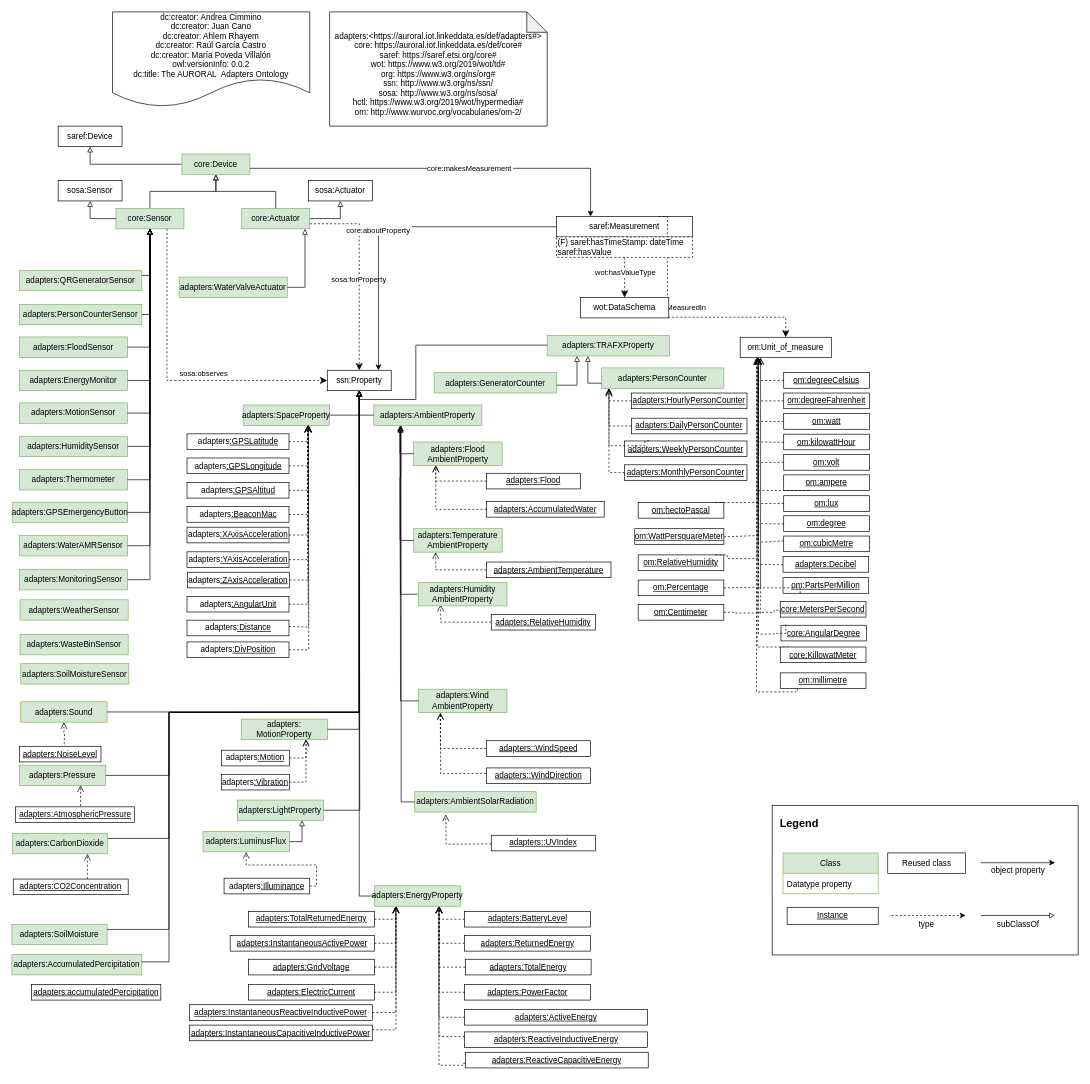
This is page "V2" (1 of 2) of Diagrams/adapters.drawio from oeg-upm/auroral-adapters-ontology, a draw.io file, before an edit. Source tidied: cells renumbered, new cells numbered last; positions are measured from the earlier drawing's top-left corner, leaving out a move shared by most shapes. Both pictures are drawn from the tidied source at 68%, with x=0, y=0 at pixel (12, 12).
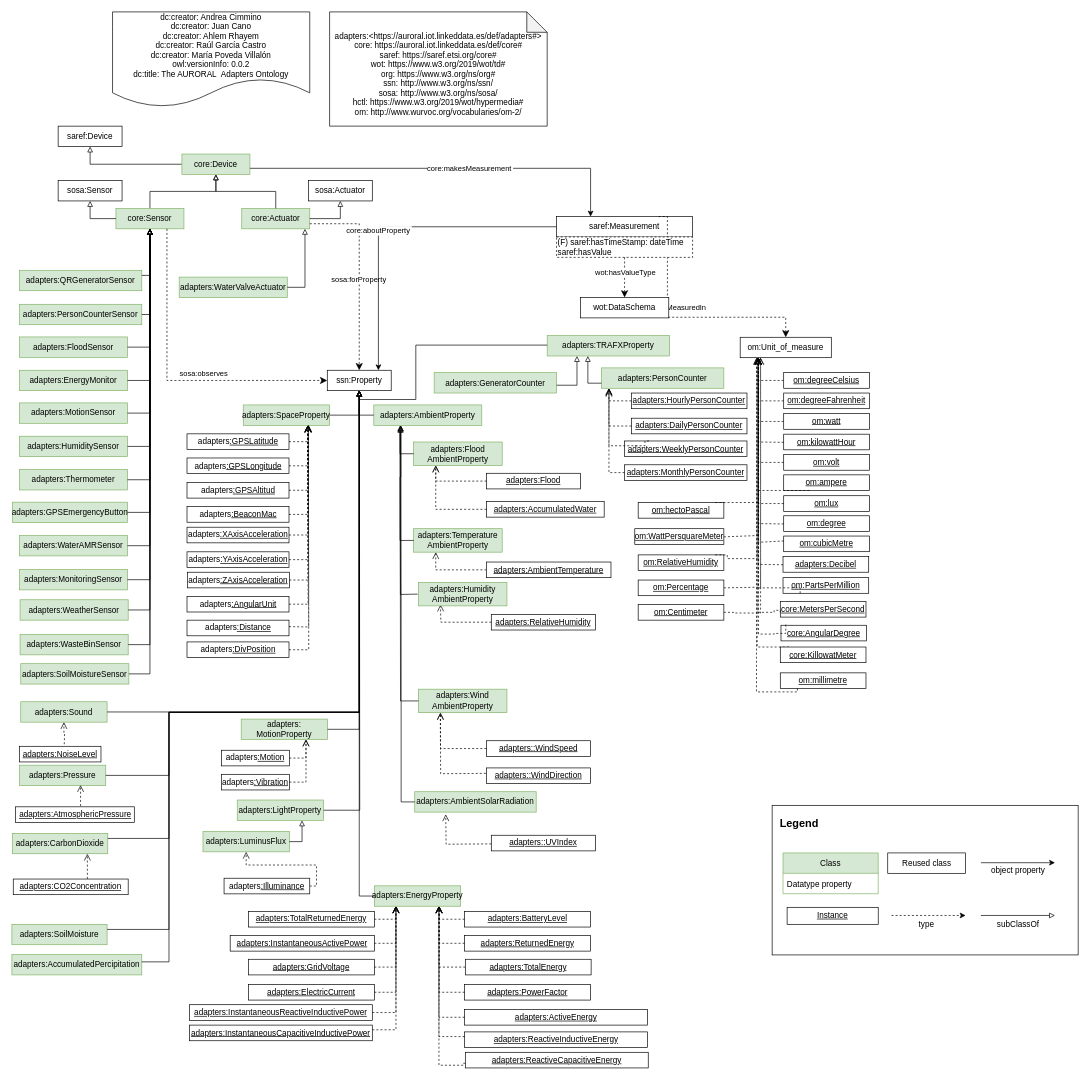
The same page after the edit.

Unchanged cells that the change refers to:
```xml
<mxCell id="20" value="core:Sensor" style="rounded=0;whiteSpace=wrap;html=1;fillColor=#d5e8d4;strokeColor=#82b366;" parent="1" vertex="1">
  <mxGeometry x="153" y="289" width="100" height="30" as="geometry" />
</mxCell>
<mxCell id="165" value="adapters:WeatherSensor" style="rounded=0;whiteSpace=wrap;html=1;fillColor=#d5e8d4;strokeColor=#82b366;" parent="1" vertex="1">
  <mxGeometry x="12" y="864.5" width="159" height="30" as="geometry" />
</mxCell>
<mxCell id="167" value="adapters:WasteBinSensor" style="rounded=0;whiteSpace=wrap;html=1;fillColor=#d5e8d4;strokeColor=#82b366;" parent="1" vertex="1">
  <mxGeometry x="12" y="915.5" width="159" height="30" as="geometry" />
</mxCell>
<mxCell id="168" value="adapters:SoilMoistureSensor" style="rounded=0;whiteSpace=wrap;html=1;fillColor=#d5e8d4;strokeColor=#82b366;" parent="1" vertex="1">
  <mxGeometry x="13" y="958.5" width="159" height="30" as="geometry" />
</mxCell>
```

The edit, as a diff of the source:
```diff
@@
-    <mxCell id="186" value="&lt;u&gt;adapters:accumulatedPercipitation&lt;/u&gt;" style="rounded=0;whiteSpace=wrap;html=1;" parent="1" vertex="1">
-      <mxGeometry x="29" y="1430.2" width="190" height="23" as="geometry" />
-    </mxCell>
@@
+    <mxCell id="226" style="edgeStyle=orthogonalEdgeStyle;rounded=0;jettySize=auto;html=1;fontSize=11;endArrow=block;endFill=0;" parent="1" edge="1" source="165" target="20">
+      <mxGeometry relative="1" as="geometry">
+        <Array as="points">
+          <mxPoint x="203" y="880" />
+        </Array>
+      </mxGeometry>
+    </mxCell>
+    <mxCell id="227" style="edgeStyle=orthogonalEdgeStyle;rounded=0;jettySize=auto;html=1;fontSize=11;endArrow=block;endFill=0;" parent="1" edge="1" source="167" target="20">
+      <mxGeometry relative="1" as="geometry">
+        <Array as="points">
+          <mxPoint x="203" y="931" />
+        </Array>
+      </mxGeometry>
+    </mxCell>
+    <mxCell id="228" style="edgeStyle=orthogonalEdgeStyle;rounded=0;jettySize=auto;html=1;fontSize=11;endArrow=block;endFill=0;exitX=1;exitY=0.5;exitDx=0;exitDy=0;" parent="1" edge="1" source="168" target="20">
+      <mxGeometry relative="1" as="geometry">
+        <Array as="points">
+          <mxPoint x="203" y="974" />
+        </Array>
+      </mxGeometry>
+    </mxCell>
```
